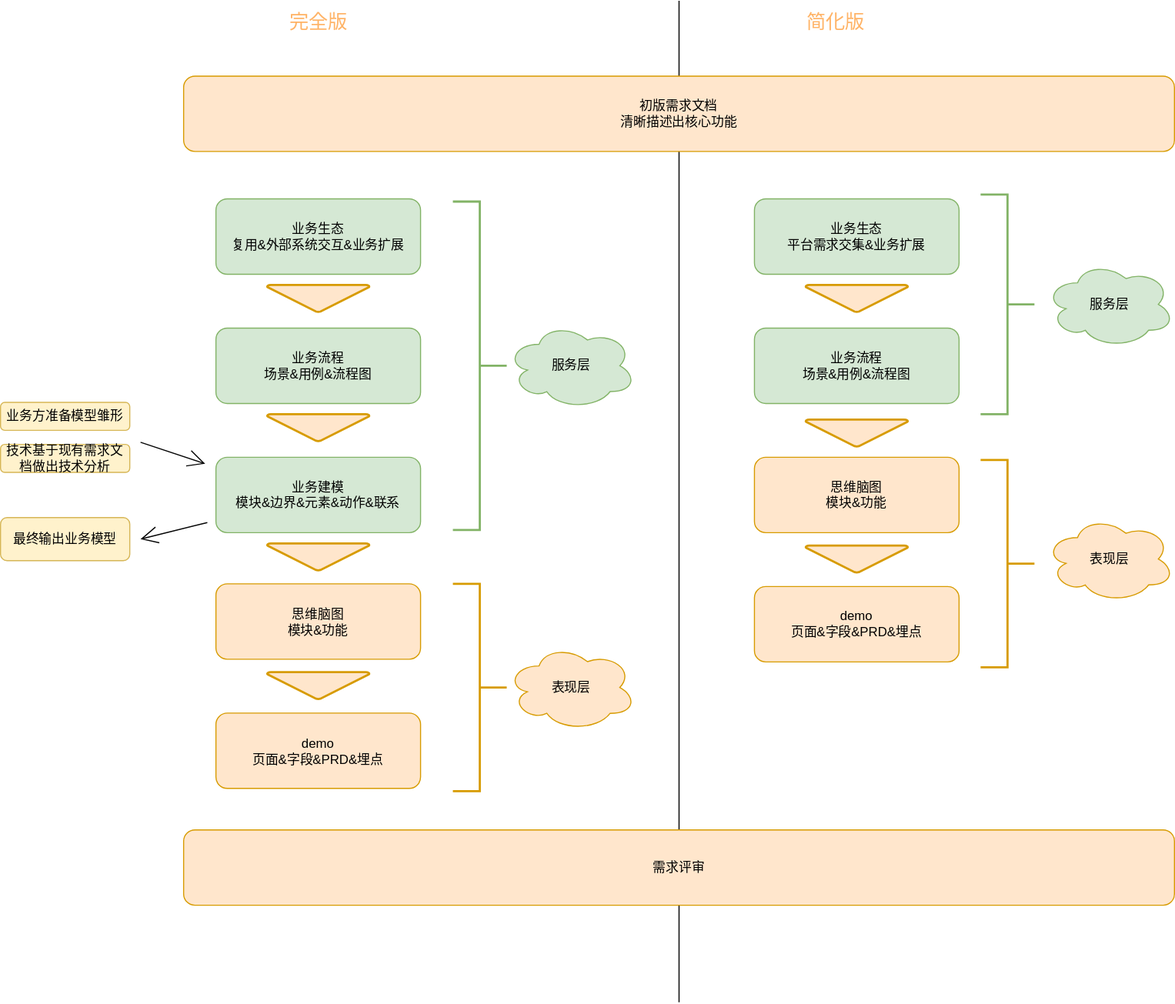
Earlier version of the draw.io export ddm.drawio.svg (fsdmp/diagrams). Source tidied: cells renumbered, new cells last; positions are measured from the earlier drawing's top-left corner, leaving out a move shared by most shapes.
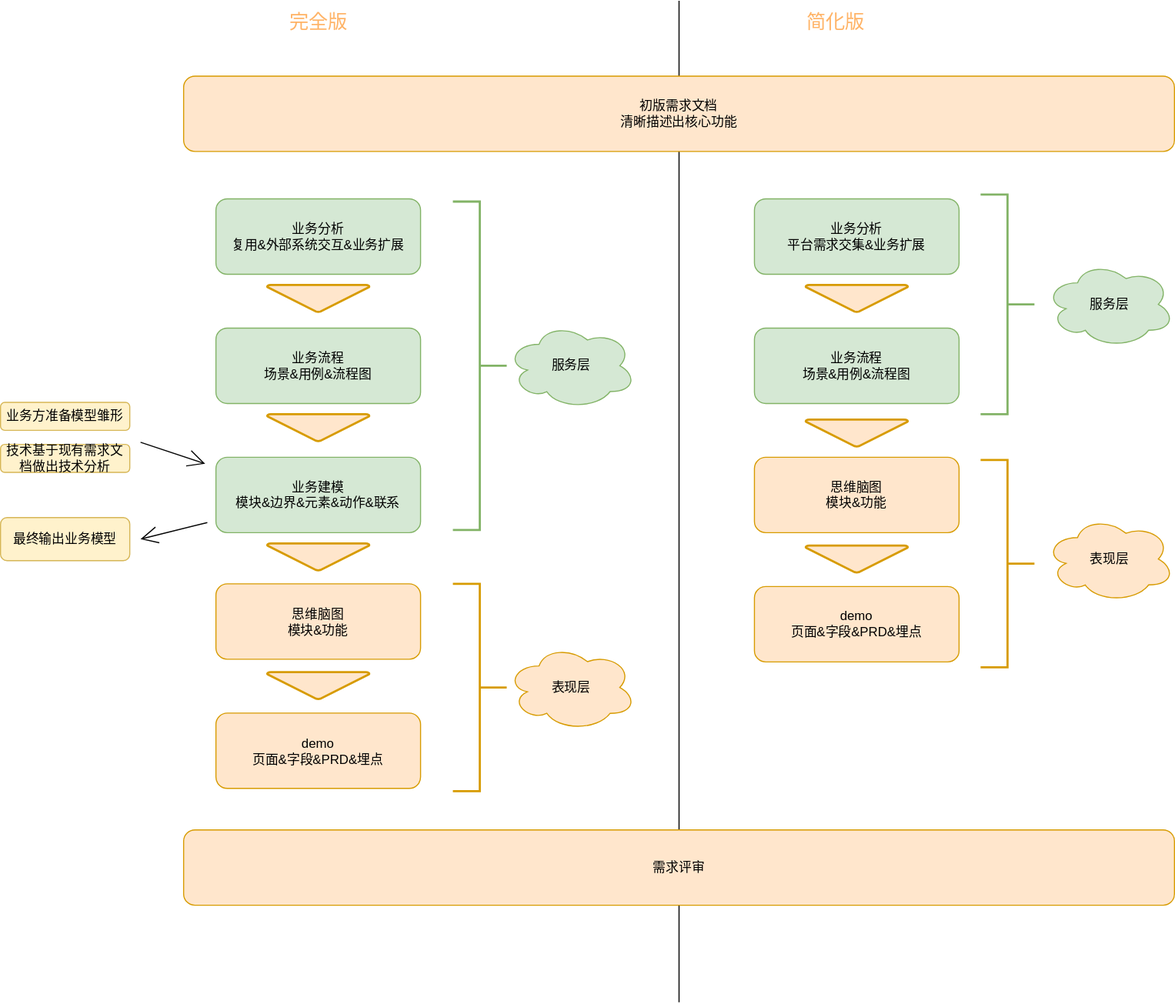
After the change.

What changed in the source:
```diff
@@ -34,7 +34,7 @@
     <mxCell id="11" value="表现层" style="ellipse;shape=cloud;whiteSpace=wrap;html=1;hachureGap=4;fillColor=#ffe6cc;strokeColor=#d79b00;" parent="1" vertex="1">
       <mxGeometry x="470" y="597.8" width="120" height="80" as="geometry" />
     </mxCell>
-    <mxCell id="12" value="业务生态&lt;br&gt;复用&amp;amp;外部系统交互&amp;amp;业务扩展&lt;br&gt;" style="rounded=1;whiteSpace=wrap;html=1;hachureGap=4;fillColor=#d5e8d4;strokeColor=#82b366;" parent="1" vertex="1">
+    <mxCell id="12" value="业务分析&lt;br&gt;复用&amp;amp;外部系统交互&amp;amp;业务扩展&lt;br&gt;" style="rounded=1;whiteSpace=wrap;html=1;hachureGap=4;fillColor=#d5e8d4;strokeColor=#82b366;" parent="1" vertex="1">
       <mxGeometry x="200" y="184" width="190" height="70" as="geometry" />
     </mxCell>
     <mxCell id="13" style="strokeWidth=2;html=1;shape=mxgraph.flowchart.merge_or_storage;whiteSpace=wrap;hachureGap=4;fillColor=#ffe6cc;strokeColor=#d79b00;" parent="1" vertex="1">
@@ -82,7 +82,7 @@
     <mxCell id="26" value="简化版" style="text;html=1;align=center;verticalAlign=middle;fillColor=none;strokeColor=none;rounded=0;hachureGap=4;fontSize=18;fontColor=#FFB366;" parent="1" vertex="1">
       <mxGeometry x="740" y="5" width="70" height="30" as="geometry" />
     </mxCell>
-    <mxCell id="27" value="业务生态&lt;br&gt;平台需求交集&amp;amp;业务扩展&lt;br&gt;" style="rounded=1;whiteSpace=wrap;html=1;hachureGap=4;fillColor=#d5e8d4;strokeColor=#82b366;" parent="1" vertex="1">
+    <mxCell id="27" value="业务分析&lt;br&gt;平台需求交集&amp;amp;业务扩展&lt;br&gt;" style="rounded=1;whiteSpace=wrap;html=1;hachureGap=4;fillColor=#d5e8d4;strokeColor=#82b366;" parent="1" vertex="1">
       <mxGeometry x="700" y="184" width="190" height="70" as="geometry" />
     </mxCell>
     <mxCell id="28" style="strokeWidth=2;html=1;shape=mxgraph.flowchart.merge_or_storage;whiteSpace=wrap;hachureGap=4;fillColor=#ffe6cc;strokeColor=#d79b00;" parent="1" vertex="1">
```
